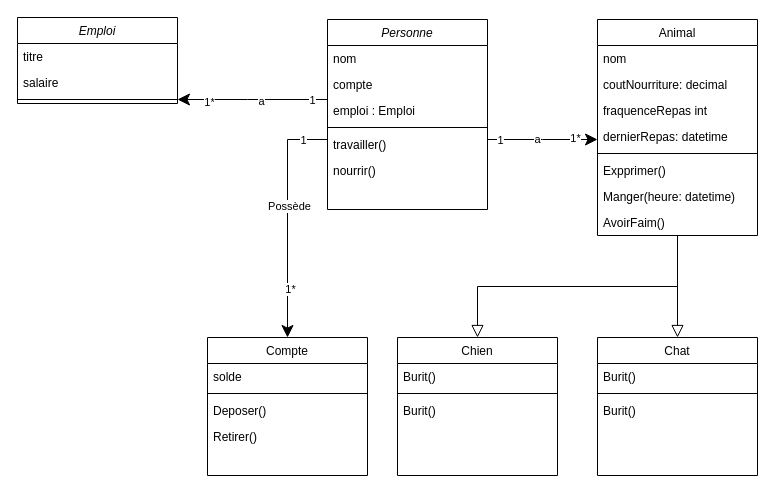
The draw.io diagram BobCity.drawio in FrancoLeme/WIN_BobCity-S3-S4-, before the edit. Source tidied: cells renumbered, new cells numbered last; positions are measured from the earlier drawing's top-left corner, leaving out a move shared by most shapes. Both pictures are drawn from the tidied source at 100%, with x=0, y=0 at pixel (17, 17).
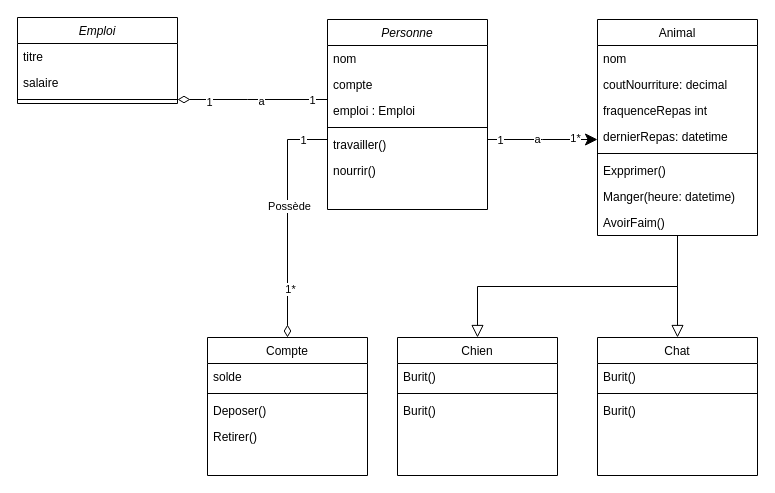
After the change.

Unchanged cells that the change refers to:
```xml
<mxCell id="2" value="Personne" style="swimlane;fontStyle=2;align=center;verticalAlign=top;horizontal=1;startSize=26;rounded=0;shadow=0;strokeWidth=1;" parent="1" vertex="1">
  <mxGeometry x="310" y="2" width="160" height="190" as="geometry" />
</mxCell>
<mxCell id="9" value="Compte" style="swimlane;fontStyle=0;align=center;verticalAlign=top;horizontal=1;startSize=26;rounded=0;shadow=0;strokeWidth=1;" parent="1" vertex="1">
  <mxGeometry x="190" y="320" width="160" height="138" as="geometry" />
</mxCell>
<mxCell id="41" value="Emploi" style="swimlane;fontStyle=2;align=center;verticalAlign=top;horizontal=1;startSize=26;rounded=0;shadow=0;strokeWidth=1;" parent="1" vertex="1">
  <mxGeometry width="160" height="86" as="geometry" />
</mxCell>
```

Change to the diagram source:
```diff
@@
-    <mxCell id="29" style="endArrow=classic;endSize=10;endFill=1;shadow=0;strokeWidth=1;rounded=0;curved=0;edgeStyle=elbowEdgeStyle;elbow=vertical;" parent="1" edge="1" source="2" target="9">
+    <mxCell id="29" style="endArrow=diamondThin;endSize=10;endFill=0;shadow=0;strokeWidth=1;rounded=0;curved=0;edgeStyle=elbowEdgeStyle;elbow=vertical;" parent="1" edge="1" source="2" target="9">
       <mxGeometry relative="1" as="geometry">
         <Array as="points">
           <mxPoint x="270" y="122" />
         </Array>
       </mxGeometry>
     </mxCell>
@@
-    <mxCell id="45" style="endArrow=classic;endSize=10;endFill=1;shadow=0;strokeWidth=1;rounded=0;curved=0;edgeStyle=elbowEdgeStyle;elbow=horizontal;" parent="1" edge="1" source="2" target="41">
+    <mxCell id="45" style="endArrow=diamondThin;endSize=10;endFill=0;shadow=0;strokeWidth=1;rounded=0;curved=0;edgeStyle=elbowEdgeStyle;elbow=horizontal;" parent="1" edge="1" source="2" target="41">
       <mxGeometry relative="1" as="geometry">
         <Array as="points">
           <mxPoint x="230" y="82" />
         </Array>
       </mxGeometry>
     </mxCell>
@@
-    <mxCell id="48" value="1*" style="edgeLabel;html=1;align=center;verticalAlign=middle;" parent="45" vertex="1">
+    <mxCell id="48" value="1" style="edgeLabel;html=1;align=center;verticalAlign=middle;" parent="45" vertex="1">
       <mxGeometry x="0.59" y="2" relative="1" as="geometry" />
     </mxCell>
```
